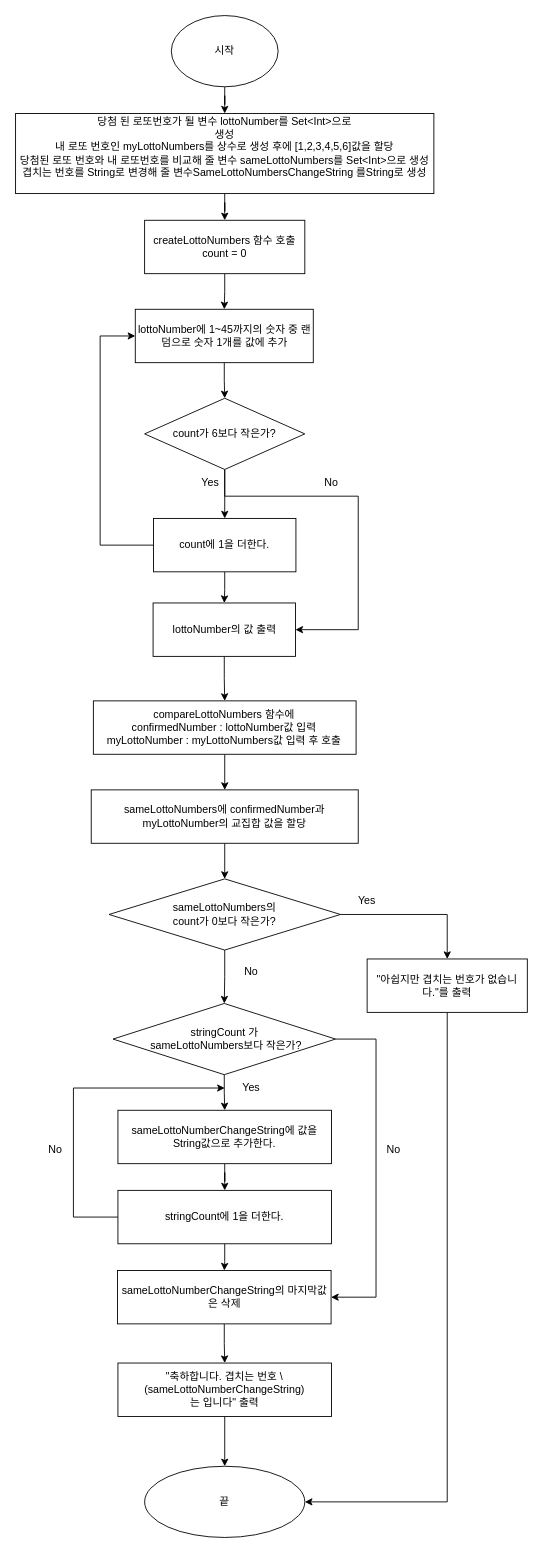
The draw.io diagram CodeStarterCamp_Week2/로또생성기.drawio in yagom-academy/swift-starter-Round2, before the edit. Source tidied: cells renumbered, new cells numbered last; positions are measured from the earlier drawing's top-left corner, leaving out a move shared by most shapes. Both pictures are drawn from the tidied source at 89%, with x=0, y=0 at pixel (15, 15).
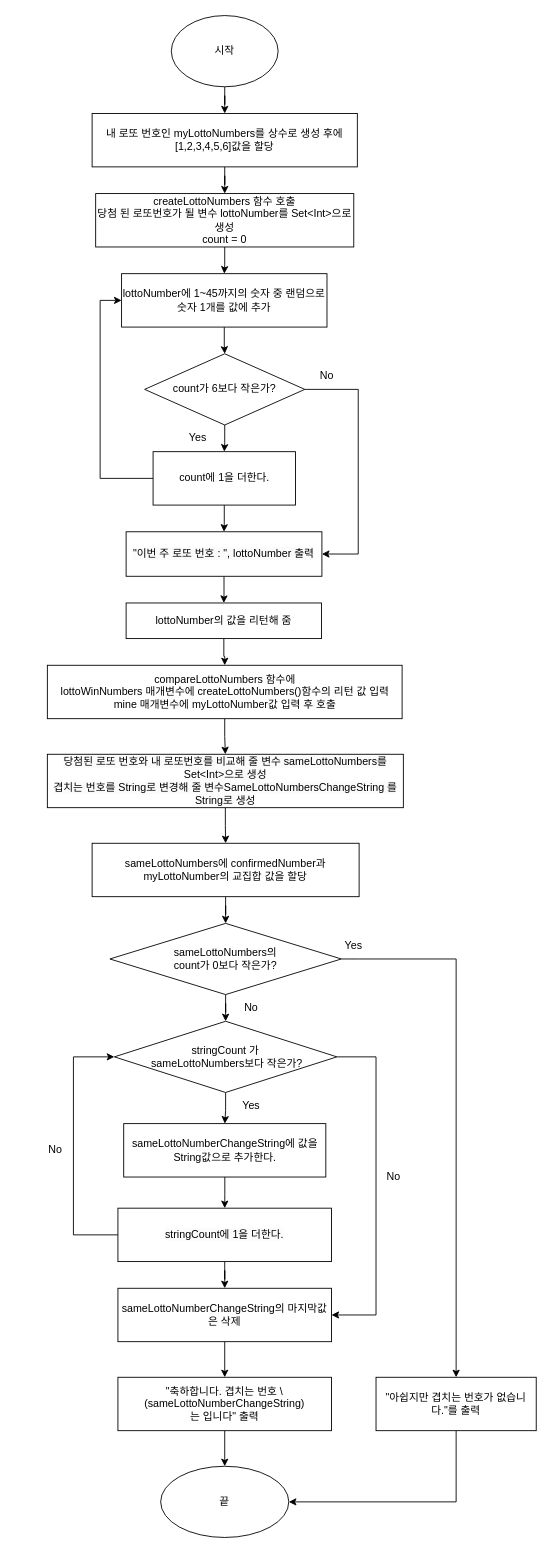
After the change.

The edit, as a diff of the source:
```diff
@@
-    <mxCell id="5" value="당첨 된 로또번호가 될 변수 lottoNumber를 Set&amp;lt;Int&amp;gt;으로&lt;br&gt;생성&lt;br&gt;내 로또 번호인 myLottoNumbers를 상수로 생성 후에 [1,2,3,4,5,6]값을 할당&lt;br&gt;당첨된 로또 번호와 내 로또번호를 비교해 줄 변수 sameLottoNumbers를 Set&amp;lt;Int&amp;gt;으로 생성&lt;br&gt;겹치는 번호를 String로 변경해 줄 변수SameLottoNumbersChangeString 를String로 생성&lt;br&gt;&amp;nbsp;&lt;br&gt;" style="rounded=0;whiteSpace=wrap;html=1;" parent="1" vertex="1">
-      <mxGeometry y="110" width="470" height="90" as="geometry" />
+    <mxCell id="5" value="내 로또 번호인 myLottoNumbers를 상수로 생성 후에 [1,2,3,4,5,6]값을 할당" style="rounded=0;whiteSpace=wrap;html=1;" parent="1" vertex="1">
+      <mxGeometry x="86" y="110" width="298" height="60" as="geometry" />
     </mxCell>
-    <mxCell id="6" style="edgeStyle=orthogonalEdgeStyle;rounded=0;jettySize=auto;html=1;entryX=1;entryY=0.5;entryDx=0;entryDy=0;" parent="1" edge="1" source="8" target="19">
+    <mxCell id="6" style="edgeStyle=orthogonalEdgeStyle;rounded=0;jettySize=auto;html=1;" parent="1" edge="1" source="8" target="50">
       <mxGeometry relative="1" as="geometry">
         <Array as="points">
-          <mxPoint x="235" y="540" />
-          <mxPoint x="385" y="540" />
-          <mxPoint x="385" y="690" />
+          <mxPoint x="385" y="420" />
+          <mxPoint x="385" y="605" />
         </Array>
       </mxGeometry>
     </mxCell>
@@
     <mxCell id="8" value="count가 6보다 작은가?" style="rhombus;whiteSpace=wrap;html=1;rounded=0;" parent="1" vertex="1">
-      <mxGeometry x="145" y="430" width="180" height="80" as="geometry" />
+      <mxGeometry x="145" y="380" width="180" height="80" as="geometry" />
     </mxCell>
@@
     <mxCell id="10" value="lottoNumber에 1~45까지의 숫자 중 랜덤으로 숫자 1개를 값에 추가" style="rounded=0;whiteSpace=wrap;html=1;" parent="1" vertex="1">
-      <mxGeometry x="134.5" y="330" width="200" height="60" as="geometry" />
+      <mxGeometry x="119.1" y="290" width="230.8" height="60" as="geometry" />
     </mxCell>
     <mxCell id="11" style="edgeStyle=orthogonalEdgeStyle;rounded=0;jettySize=auto;html=1;entryX=0;entryY=0.5;entryDx=0;entryDy=0;" parent="1" edge="1" source="13" target="10">
       <mxGeometry relative="1" as="geometry">
         <Array as="points">
-          <mxPoint x="95" y="595" />
-          <mxPoint x="95" y="360" />
+          <mxPoint x="95" y="520" />
+          <mxPoint x="95" y="320" />
         </Array>
       </mxGeometry>
     </mxCell>
-    <mxCell id="12" style="edgeStyle=orthogonalEdgeStyle;rounded=0;jettySize=auto;html=1;" parent="1" edge="1" source="13" target="19">
-      <mxGeometry relative="1" as="geometry" />
-    </mxCell>
+    <mxCell id="47" style="edgeStyle=orthogonalEdgeStyle;rounded=0;jettySize=auto;html=1;" parent="1" edge="1" source="13" target="50">
+      <mxGeometry relative="1" as="geometry" />
+    </mxCell>
     <mxCell id="13" value="count에 1을 더한다." style="rounded=0;whiteSpace=wrap;html=1;" parent="1" vertex="1">
-      <mxGeometry x="155" y="565" width="160" height="60" as="geometry" />
+      <mxGeometry x="154.5" y="490" width="160" height="60" as="geometry" />
     </mxCell>
     <mxCell id="14" value="No" style="text;html=1;strokeColor=none;fillColor=none;align=center;verticalAlign=middle;whiteSpace=wrap;rounded=0;" parent="1" vertex="1">
-      <mxGeometry x="325" y="510" width="60" height="30" as="geometry" />
+      <mxGeometry x="320" y="390" width="60" height="30" as="geometry" />
     </mxCell>
     <mxCell id="15" value="Yes" style="text;html=1;strokeColor=none;fillColor=none;align=center;verticalAlign=middle;whiteSpace=wrap;rounded=0;" parent="1" vertex="1">
-      <mxGeometry x="189" y="510" width="60" height="30" as="geometry" />
+      <mxGeometry x="175" y="460" width="60" height="30" as="geometry" />
     </mxCell>
@@
-    <mxCell id="17" value="createLottoNumbers 함수 호출&lt;br&gt;count = 0" style="rounded=0;whiteSpace=wrap;html=1;" parent="1" vertex="1">
-      <mxGeometry x="145" y="230" width="180" height="60" as="geometry" />
+    <mxCell id="17" value="createLottoNumbers 함수 호출&lt;br&gt;당첨 된 로또번호가 될 변수 lottoNumber를 Set&amp;lt;Int&amp;gt;으로&lt;br style=&quot;border-color: var(--border-color);&quot;&gt;생성&lt;br&gt;count = 0" style="rounded=0;whiteSpace=wrap;html=1;" parent="1" vertex="1">
+      <mxGeometry x="90" y="200" width="290" height="60" as="geometry" />
     </mxCell>
@@
-    <mxCell id="19" value="lottoNumber의 값 출력" style="rounded=0;whiteSpace=wrap;html=1;" parent="1" vertex="1">
-      <mxGeometry x="154.5" y="660" width="160" height="60" as="geometry" />
+    <mxCell id="19" value="lottoNumber의 값을 리턴해 줌" style="rounded=0;whiteSpace=wrap;html=1;" parent="1" vertex="1">
+      <mxGeometry x="124.2" y="660" width="219.5" height="40" as="geometry" />
     </mxCell>
-    <mxCell id="20" style="edgeStyle=orthogonalEdgeStyle;rounded=0;jettySize=auto;html=1;" parent="1" edge="1" source="21" target="23">
-      <mxGeometry relative="1" as="geometry" />
-    </mxCell>
+    <mxCell id="48" style="edgeStyle=orthogonalEdgeStyle;rounded=0;jettySize=auto;html=1;" parent="1" edge="1" source="21" target="52">
+      <mxGeometry relative="1" as="geometry" />
+    </mxCell>
-    <mxCell id="21" value="compareLottoNumbers 함수에 &lt;br&gt;confirmedNumber : lottoNumber값 입력&lt;br&gt;myLottoNumber : myLottoNumbers값 입력 후 호출" style="rounded=0;whiteSpace=wrap;html=1;" parent="1" vertex="1">
-      <mxGeometry x="87.4" y="770" width="295.2" height="60" as="geometry" />
+    <mxCell id="21" value="compareLottoNumbers 함수에 &lt;br&gt;lottoWinNumbers 매개변수에 createLottoNumbers()함수의 리턴 값 입력&lt;br&gt;mine 매개변수에&amp;nbsp;myLottoNumber값 입력 후 호출&lt;br&gt;" style="rounded=0;whiteSpace=wrap;html=1;" parent="1" vertex="1">
+      <mxGeometry x="35.7" y="730" width="398.6" height="60" as="geometry" />
     </mxCell>
@@
     <mxCell id="23" value="sameLottoNumbers에 confirmedNumber과 myLottoNumber의 교집합 값을 할당" style="whiteSpace=wrap;html=1;rounded=0;" parent="1" vertex="1">
-      <mxGeometry x="85" y="870" width="300" height="60" as="geometry" />
+      <mxGeometry x="86" y="930" width="300" height="60" as="geometry" />
     </mxCell>
     <mxCell id="24" style="edgeStyle=orthogonalEdgeStyle;rounded=0;jettySize=auto;html=1;" parent="1" edge="1" source="26" target="28">
-      <mxGeometry relative="1" as="geometry" />
+      <mxGeometry relative="1" as="geometry">
+        <Array as="points">
+          <mxPoint x="385" y="1060" />
+          <mxPoint x="385" y="1060" />
+        </Array>
+      </mxGeometry>
     </mxCell>
@@
     <mxCell id="26" value="sameLottoNumbers의 &lt;br&gt;count가 0보다 작은가?" style="rhombus;whiteSpace=wrap;html=1;rounded=0;" parent="1" vertex="1">
-      <mxGeometry x="105" y="970" width="260" height="80" as="geometry" />
+      <mxGeometry x="106" y="1020" width="260" height="80" as="geometry" />
     </mxCell>
     <mxCell id="27" style="edgeStyle=orthogonalEdgeStyle;rounded=0;jettySize=auto;html=1;entryX=1;entryY=0.5;entryDx=0;entryDy=0;" parent="1" edge="1" source="28" target="43">
       <mxGeometry relative="1" as="geometry">
         <Array as="points">
-          <mxPoint x="485" y="1670" />
+          <mxPoint x="495" y="1670" />
         </Array>
       </mxGeometry>
     </mxCell>
     <mxCell id="28" value="&quot;아쉽지만 겹치는 번호가 없습니다.&quot;를 출력" style="rounded=0;whiteSpace=wrap;html=1;" parent="1" vertex="1">
-      <mxGeometry x="395" y="1060" width="180" height="60" as="geometry" />
+      <mxGeometry x="405" y="1530" width="180" height="60" as="geometry" />
     </mxCell>
@@
     <mxCell id="30" style="edgeStyle=orthogonalEdgeStyle;rounded=0;jettySize=auto;html=1;entryX=1;entryY=0.5;entryDx=0;entryDy=0;" parent="1" edge="1" source="31" target="40">
       <mxGeometry relative="1" as="geometry">
         <Array as="points">
-          <mxPoint x="405" y="1150" />
-          <mxPoint x="405" y="1440" />
+          <mxPoint x="405" y="1170" />
+          <mxPoint x="405" y="1460" />
         </Array>
       </mxGeometry>
     </mxCell>
     <mxCell id="31" value="stringCount 가&lt;br&gt;&amp;nbsp;sameLottoNumbers보다 작은가?" style="rhombus;whiteSpace=wrap;html=1;" parent="1" vertex="1">
-      <mxGeometry x="109.5" y="1110" width="250" height="80" as="geometry" />
+      <mxGeometry x="111" y="1130" width="250" height="80" as="geometry" />
     </mxCell>
@@
-    <mxCell id="33" style="edgeStyle=orthogonalEdgeStyle;rounded=0;jettySize=auto;html=1;entryX=0;entryY=0.5;entryDx=0;entryDy=0;" parent="1" edge="1" source="34" target="44">
+    <mxCell id="33" style="edgeStyle=orthogonalEdgeStyle;rounded=0;jettySize=auto;html=1;entryX=0;entryY=0.5;entryDx=0;entryDy=0;" parent="1" edge="1" source="34" target="31">
       <mxGeometry relative="1" as="geometry">
         <Array as="points">
-          <mxPoint x="65" y="1350" />
-          <mxPoint x="65" y="1205" />
+          <mxPoint x="65" y="1370" />
+          <mxPoint x="65" y="1170" />
         </Array>
       </mxGeometry>
     </mxCell>
     <mxCell id="34" value="&lt;span style=&quot;color: rgb(0, 0, 0); font-family: Helvetica; font-size: 12px; font-style: normal; font-variant-ligatures: normal; font-variant-caps: normal; font-weight: 400; letter-spacing: normal; orphans: 2; text-align: center; text-indent: 0px; text-transform: none; widows: 2; word-spacing: 0px; -webkit-text-stroke-width: 0px; background-color: rgb(251, 251, 251); text-decoration-thickness: initial; text-decoration-style: initial; text-decoration-color: initial; float: none; display: inline !important;&quot;&gt;stringCount에 1을 더한다.&lt;/span&gt;" style="rounded=0;whiteSpace=wrap;html=1;" parent="1" vertex="1">
-      <mxGeometry x="115" y="1320" width="240" height="60" as="geometry" />
+      <mxGeometry x="115" y="1340" width="240" height="60" as="geometry" />
     </mxCell>
@@
     <mxCell id="36" value="sameLottoNumberChangeString에 값을 String값으로 추가한다." style="rounded=0;whiteSpace=wrap;html=1;" parent="1" vertex="1">
-      <mxGeometry x="115" y="1230" width="240" height="60" as="geometry" />
+      <mxGeometry x="121.5" y="1245" width="227.1" height="60" as="geometry" />
     </mxCell>
@@
     <mxCell id="38" value="&quot;축하합니다. 겹치는 번호 \(sameLottoNumberChangeString)&lt;br&gt;는 입니다&quot; 출력" style="rounded=0;whiteSpace=wrap;html=1;" parent="1" vertex="1">
-      <mxGeometry x="115" y="1514" width="240" height="60" as="geometry" />
+      <mxGeometry x="115" y="1530" width="240" height="60" as="geometry" />
     </mxCell>
@@
     <mxCell id="40" value="sameLottoNumberChangeString의 마지막값은 삭제" style="rounded=0;whiteSpace=wrap;html=1;" parent="1" vertex="1">
-      <mxGeometry x="114.5" y="1410" width="240" height="60" as="geometry" />
+      <mxGeometry x="115" y="1430" width="240" height="60" as="geometry" />
     </mxCell>
     <mxCell id="41" value="Yes" style="text;html=1;strokeColor=none;fillColor=none;align=center;verticalAlign=middle;whiteSpace=wrap;rounded=0;" parent="1" vertex="1">
-      <mxGeometry x="365" y="980" width="60" height="30" as="geometry" />
+      <mxGeometry x="349.9" y="1030" width="60" height="30" as="geometry" />
     </mxCell>
     <mxCell id="42" value="No" style="text;html=1;strokeColor=none;fillColor=none;align=center;verticalAlign=middle;whiteSpace=wrap;rounded=0;" parent="1" vertex="1">
-      <mxGeometry x="235" y="1060" width="60" height="30" as="geometry" />
+      <mxGeometry x="235" y="1100" width="60" height="30" as="geometry" />
     </mxCell>
     <mxCell id="43" value="끝" style="ellipse;whiteSpace=wrap;html=1;rounded=0;" parent="1" vertex="1">
-      <mxGeometry x="145" y="1630" width="180" height="80" as="geometry" />
+      <mxGeometry x="163" y="1630" width="144" height="80" as="geometry" />
     </mxCell>
     <mxCell id="44" value="Yes" style="text;html=1;strokeColor=none;fillColor=none;align=center;verticalAlign=middle;whiteSpace=wrap;rounded=0;" parent="1" vertex="1">
-      <mxGeometry x="235" y="1190" width="60" height="30" as="geometry" />
+      <mxGeometry x="235" y="1210" width="60" height="30" as="geometry" />
     </mxCell>
@@
     <mxCell id="46" value="No" style="text;html=1;strokeColor=none;fillColor=none;align=center;verticalAlign=middle;whiteSpace=wrap;rounded=0;" parent="1" vertex="1">
-      <mxGeometry x="395" y="1260" width="60" height="30" as="geometry" />
+      <mxGeometry x="395" y="1290" width="60" height="30" as="geometry" />
     </mxCell>
+    <mxCell id="49" style="edgeStyle=orthogonalEdgeStyle;rounded=0;jettySize=auto;html=1;" parent="1" edge="1" source="50" target="19">
+      <mxGeometry relative="1" as="geometry" />
+    </mxCell>
+    <mxCell id="50" value="&lt;span style=&quot;color: rgb(0, 0, 0); font-family: Helvetica; font-size: 12px; font-style: normal; font-variant-ligatures: normal; font-variant-caps: normal; font-weight: 400; letter-spacing: normal; orphans: 2; text-align: center; text-indent: 0px; text-transform: none; widows: 2; word-spacing: 0px; -webkit-text-stroke-width: 0px; background-color: rgb(251, 251, 251); text-decoration-thickness: initial; text-decoration-style: initial; text-decoration-color: initial; float: none; display: inline !important;&quot;&gt;&quot;이번 주 로또 번호 : &quot;, lottoNumber 출력&lt;/span&gt;" style="rounded=0;whiteSpace=wrap;html=1;" parent="1" vertex="1">
+      <mxGeometry x="124.2" y="580" width="220" height="50" as="geometry" />
+    </mxCell>
+    <mxCell id="51" style="edgeStyle=orthogonalEdgeStyle;rounded=0;jettySize=auto;html=1;" parent="1" edge="1" source="52" target="23">
+      <mxGeometry relative="1" as="geometry" />
+    </mxCell>
+    <mxCell id="52" value="&lt;span style=&quot;color: rgb(0, 0, 0); font-family: Helvetica; font-size: 12px; font-style: normal; font-variant-ligatures: normal; font-variant-caps: normal; font-weight: 400; letter-spacing: normal; orphans: 2; text-align: center; text-indent: 0px; text-transform: none; widows: 2; word-spacing: 0px; -webkit-text-stroke-width: 0px; background-color: rgb(251, 251, 251); text-decoration-thickness: initial; text-decoration-style: initial; text-decoration-color: initial; float: none; display: inline !important;&quot;&gt;당첨된 로또 번호와 내 로또번호를 비교해 줄 변수 sameLottoNumbers를 Set&amp;lt;Int&amp;gt;으로 생성&lt;/span&gt;&lt;br style=&quot;border-color: var(--border-color); color: rgb(0, 0, 0); font-family: Helvetica; font-size: 12px; font-style: normal; font-variant-ligatures: normal; font-variant-caps: normal; font-weight: 400; letter-spacing: normal; orphans: 2; text-align: center; text-indent: 0px; text-transform: none; widows: 2; word-spacing: 0px; -webkit-text-stroke-width: 0px; background-color: rgb(251, 251, 251); text-decoration-thickness: initial; text-decoration-style: initial; text-decoration-color: initial;&quot;&gt;&lt;span style=&quot;color: rgb(0, 0, 0); font-family: Helvetica; font-size: 12px; font-style: normal; font-variant-ligatures: normal; font-variant-caps: normal; font-weight: 400; letter-spacing: normal; orphans: 2; text-align: center; text-indent: 0px; text-transform: none; widows: 2; word-spacing: 0px; -webkit-text-stroke-width: 0px; background-color: rgb(251, 251, 251); text-decoration-thickness: initial; text-decoration-style: initial; text-decoration-color: initial; float: none; display: inline !important;&quot;&gt;겹치는 번호를 String로 변경해 줄 변수SameLottoNumbersChangeString 를String로 생성&lt;/span&gt;" style="rounded=0;whiteSpace=wrap;html=1;" parent="1" vertex="1">
+      <mxGeometry x="35.7" y="830" width="400" height="60" as="geometry" />
+    </mxCell>
```
